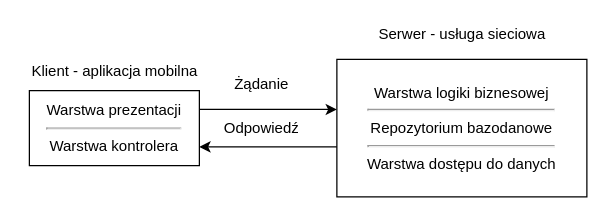
Before: Architektura.drawio in gdanielch9/Wykresy, a draw.io diagram. Source tidied: cells renumbered, new cells numbered last; positions are measured from the earlier drawing's top-left corner, leaving out a move shared by most shapes. Both pictures are drawn from the tidied source at 125%, with x=0, y=0 at pixel (21, 21).
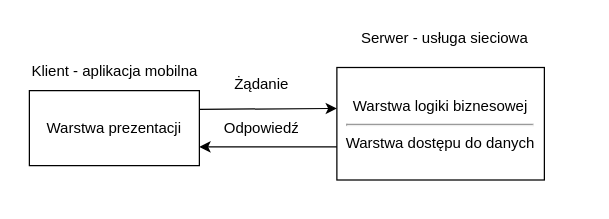
After the change.

What changed in the source:
```diff
@@
 <mxGraphModel>
   <root>
     <mxCell id="0" />
     <mxCell id="1" parent="0" />
-    <mxCell id="2" value="Warstwa prezentacji&lt;hr&gt;Warstwa kontrolera" style="rounded=0;whiteSpace=wrap;html=1;" parent="1" vertex="1">
+    <mxCell id="2" value="Warstwa prezentacji" style="rounded=0;whiteSpace=wrap;html=1;" parent="1" vertex="1">
       <mxGeometry x="6" y="55" width="136" height="60" as="geometry" />
     </mxCell>
-    <mxCell id="3" value="Warstwa logiki biznesowej&lt;hr&gt;Repozytorium bazodanowe&lt;hr&gt;Warstwa dostępu do danych" style="rounded=0;whiteSpace=wrap;html=1;" parent="1" vertex="1">
-      <mxGeometry x="252" y="30" width="200" height="110" as="geometry" />
+    <mxCell id="3" value="Warstwa logiki biznesowej&lt;hr&gt;Warstwa dostępu do danych" style="rounded=0;whiteSpace=wrap;html=1;" parent="1" vertex="1">
+      <mxGeometry x="252" y="36.5" width="166" height="90" as="geometry" />
     </mxCell>
     <mxCell id="4" value="Klient - aplikacja mobilna" style="text;html=1;strokeColor=none;fillColor=none;align=center;verticalAlign=middle;whiteSpace=wrap;rounded=0;" parent="1" vertex="1">
       <mxGeometry x="-0.5" y="30" width="149" height="20" as="geometry" />
     </mxCell>
     <mxCell id="5" value="Serwer - usługa sieciowa" style="text;html=1;strokeColor=none;fillColor=none;align=center;verticalAlign=middle;whiteSpace=wrap;rounded=0;" parent="1" vertex="1">
-      <mxGeometry x="279.5" width="145" height="20" as="geometry" />
+      <mxGeometry x="266" y="2.5" width="145" height="20" as="geometry" />
     </mxCell>
     <mxCell id="6" style="endArrow=classic;html=1;entryX=0;entryY=0.364;entryDx=0;entryDy=0;entryPerimeter=0;" parent="1" edge="1" target="3">
       <mxGeometry relative="1" as="geometry">
         <mxPoint x="142" y="70" as="sourcePoint" />
       </mxGeometry>
     </mxCell>
     <mxCell id="7" style="endArrow=classic;html=1;entryX=1;entryY=0.75;entryDx=0;entryDy=0;" parent="1" edge="1" target="2">
       <mxGeometry relative="1" as="geometry">
         <mxPoint x="252" y="100" as="sourcePoint" />
       </mxGeometry>
     </mxCell>
     <mxCell id="8" value="Żądanie" style="text;html=1;strokeColor=none;fillColor=none;align=center;verticalAlign=middle;whiteSpace=wrap;rounded=0;" parent="1" vertex="1">
       <mxGeometry x="172" y="40" width="40" height="20" as="geometry" />
     </mxCell>
     <mxCell id="9" value="Odpowiedź" style="text;html=1;strokeColor=none;fillColor=none;align=center;verticalAlign=middle;whiteSpace=wrap;rounded=0;" parent="1" vertex="1">
       <mxGeometry x="172" y="75" width="40" height="20" as="geometry" />
     </mxCell>
   </root>
 </mxGraphModel>
```
